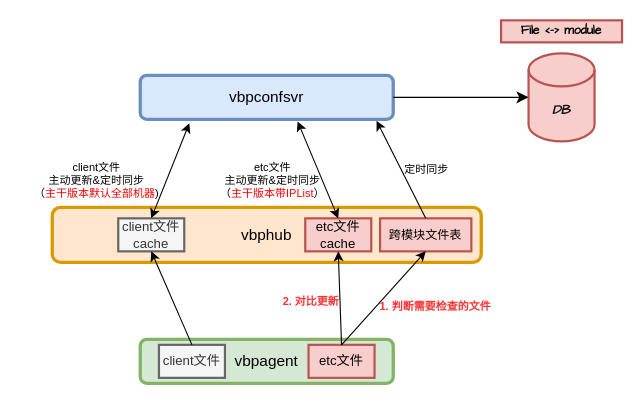
Above: 跨模块配置.drawio in ericyxxx/my_pic (draw.io), before the change. Source tidied: cells renumbered, new cells numbered last; positions are measured from the earlier drawing's top-left corner, leaving out a move shared by most shapes. Both pictures are drawn from the tidied source at 110%, with x=0, y=0 at pixel (19, 20).
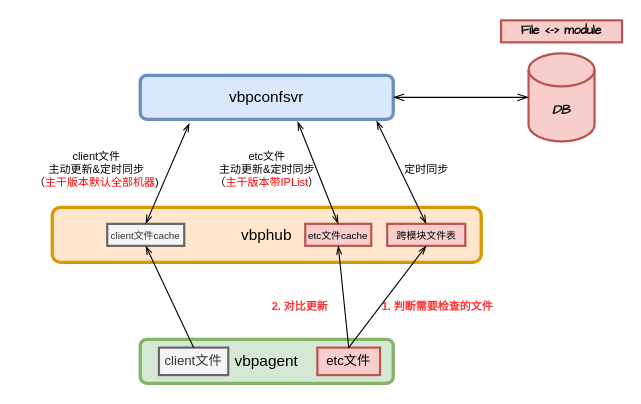
Above is the later version.

Commit message (it also covers changes not shown here):
更新跨模块配置.drawio

The change refers to these unchanged cells:
```xml
<mxCell id="2" value="&lt;font style=&quot;font-size: 14px;&quot;&gt;vbpconfsvr&lt;/font&gt;" style="rounded=1;whiteSpace=wrap;html=1;strokeWidth=3;fillColor=#dae8fc;strokeColor=#6c8ebf;" parent="1" vertex="1">
  <mxGeometry x="110" y="50" width="230" height="40" as="geometry" />
</mxCell>
<mxCell id="3" value="&lt;b&gt;&lt;i&gt;&lt;font color=&quot;#121111&quot;&gt;DB&lt;/font&gt;&lt;/i&gt;&lt;/b&gt;" style="shape=cylinder3;whiteSpace=wrap;html=1;boundedLbl=1;backgroundOutline=1;size=15;fillColor=#f8cecc;strokeColor=#b85450;strokeWidth=2;fontFamily=Comic Sans MS;" parent="1" vertex="1">
  <mxGeometry x="463" y="30" width="60" height="80" as="geometry" />
</mxCell>
```

The edit, as a diff of the source:
```diff
@@
-    <mxCell id="7" value="etc文件cache" style="rounded=0;whiteSpace=wrap;html=1;fillColor=#f8cecc;strokeColor=#b85450;strokeWidth=2;" parent="1" vertex="1">
-      <mxGeometry x="260" y="180" width="60" height="30" as="geometry" />
+    <mxCell id="7" value="&lt;font style=&quot;font-size: 9px;&quot;&gt;etc文件cache&lt;/font&gt;" style="rounded=0;whiteSpace=wrap;html=1;fillColor=#f8cecc;strokeColor=#b85450;strokeWidth=2;" parent="1" vertex="1">
+      <mxGeometry x="260" y="185" width="60" height="20" as="geometry" />
     </mxCell>
-    <mxCell id="8" value="&lt;font style=&quot;font-size: 11px;&quot;&gt;跨模块文件表&lt;/font&gt;" style="rounded=0;whiteSpace=wrap;html=1;fillColor=#f8cecc;strokeColor=#b85450;strokeWidth=2;" parent="1" vertex="1">
-      <mxGeometry x="328" y="180" width="83" height="30" as="geometry" />
+    <mxCell id="8" value="&lt;font style=&quot;font-size: 9px;&quot;&gt;跨模块文件表&lt;/font&gt;" style="rounded=0;whiteSpace=wrap;html=1;fillColor=#f8cecc;strokeColor=#b85450;strokeWidth=2;" parent="1" vertex="1">
+      <mxGeometry x="334.5" y="185" width="71" height="20" as="geometry" />
     </mxCell>
-    <mxCell id="9" value="client文件cache" style="rounded=0;whiteSpace=wrap;html=1;fillColor=#f5f5f5;strokeColor=#666666;fontColor=#333333;strokeWidth=2;" parent="1" vertex="1">
-      <mxGeometry x="90" y="180" width="60" height="30" as="geometry" />
+    <mxCell id="9" value="&lt;font style=&quot;font-size: 9px;&quot;&gt;client文件cache&lt;/font&gt;" style="rounded=0;whiteSpace=wrap;html=1;fillColor=#f5f5f5;strokeColor=#666666;fontColor=#333333;strokeWidth=2;" parent="1" vertex="1">
+      <mxGeometry x="80" y="185" width="70" height="20" as="geometry" />
     </mxCell>
-    <mxCell id="10" style="edgeStyle=elbowEdgeStyle;elbow=horizontal;endArrow=classic;html=1;curved=0;rounded=0;endSize=8;startSize=8;exitX=1;exitY=0.5;exitDx=0;exitDy=0;entryX=0;entryY=0.5;entryDx=0;entryDy=0;entryPerimeter=0;" parent="1" edge="1" source="2" target="3">
+    <mxCell id="10" style="edgeStyle=elbowEdgeStyle;elbow=horizontal;endArrow=openThin;html=1;curved=0;rounded=0;endSize=8;startSize=8;exitX=1;exitY=0.5;exitDx=0;exitDy=0;entryX=0;entryY=0.5;entryDx=0;entryDy=0;entryPerimeter=0;startArrow=openThin;startFill=0;endFill=0;" parent="1" edge="1" source="2" target="3">
       <mxGeometry relative="1" as="geometry" />
     </mxCell>
-    <mxCell id="11" style="endArrow=classic;html=1;rounded=0;entryX=0.934;entryY=1.033;entryDx=0;entryDy=0;entryPerimeter=0;exitX=0.5;exitY=0;exitDx=0;exitDy=0;" parent="1" edge="1" source="8" target="2">
+    <mxCell id="11" style="endArrow=openThin;html=1;rounded=0;entryX=0.934;entryY=1.033;entryDx=0;entryDy=0;entryPerimeter=0;exitX=0.5;exitY=0;exitDx=0;exitDy=0;startArrow=openThin;startFill=0;endFill=0;" parent="1" edge="1" source="8" target="2">
       <mxGeometry relative="1" as="geometry" />
     </mxCell>
@@
     <mxCell id="13" value="etc文件&lt;br style=&quot;font-size: 10px;&quot;&gt;主动更新&amp;amp;定时同步&lt;br&gt;（&lt;font color=&quot;#ff0000&quot;&gt;主干版本带IPList&lt;/font&gt;）" style="text;html=1;align=center;verticalAlign=middle;strokeColor=none;fillColor=none;fontSize=10;" parent="1" vertex="1">
-      <mxGeometry x="170" y="120" width="120" height="50" as="geometry" />
+      <mxGeometry x="165" y="110" width="120" height="50" as="geometry" />
     </mxCell>
     <mxCell id="14" value="client文件&lt;br style=&quot;font-size: 10px;&quot;&gt;主动更新&amp;amp;定时同步&lt;br&gt;（&lt;font color=&quot;#ff0000&quot;&gt;主干版本默认全部机器&lt;/font&gt;)" style="text;html=1;align=center;verticalAlign=middle;strokeColor=none;fillColor=none;fontSize=10;" parent="1" vertex="1">
-      <mxGeometry y="120" width="140" height="50" as="geometry" />
+      <mxGeometry y="110" width="140" height="50" as="geometry" />
     </mxCell>
     <mxCell id="15" value="etc文件" style="rounded=0;whiteSpace=wrap;html=1;fillColor=#f8cecc;strokeColor=#b85450;strokeWidth=2;" parent="1" vertex="1">
-      <mxGeometry x="263" y="295" width="60" height="30" as="geometry" />
+      <mxGeometry x="271" y="297.5" width="57" height="25" as="geometry" />
     </mxCell>
     <mxCell id="16" value="client文件" style="rounded=0;whiteSpace=wrap;html=1;strokeWidth=2;fillColor=#f5f5f5;strokeColor=#666666;fontColor=#333333;" parent="1" vertex="1">
-      <mxGeometry x="127" y="295" width="60" height="30" as="geometry" />
+      <mxGeometry x="127" y="297.5" width="63" height="25" as="geometry" />
     </mxCell>
-    <mxCell id="17" style="endArrow=classic;html=1;rounded=0;entryX=0.5;entryY=1;entryDx=0;entryDy=0;exitX=0.5;exitY=0;exitDx=0;exitDy=0;" parent="1" edge="1" source="16" target="9">
+    <mxCell id="17" style="endArrow=openThin;html=1;rounded=0;entryX=0.5;entryY=1;entryDx=0;entryDy=0;exitX=0.5;exitY=0;exitDx=0;exitDy=0;startArrow=none;startFill=0;endFill=0;" parent="1" edge="1" source="16" target="9">
       <mxGeometry relative="1" as="geometry" />
     </mxCell>
-    <mxCell id="18" style="endArrow=classic;startArrow=classic;html=1;rounded=0;entryX=0.622;entryY=1.047;entryDx=0;entryDy=0;entryPerimeter=0;exitX=0.5;exitY=0;exitDx=0;exitDy=0;" parent="1" edge="1" source="7" target="2">
+    <mxCell id="18" style="endArrow=openThin;startArrow=openThin;html=1;rounded=0;entryX=0.622;entryY=1.047;entryDx=0;entryDy=0;entryPerimeter=0;exitX=0.5;exitY=0;exitDx=0;exitDy=0;startFill=0;endFill=0;" parent="1" edge="1" source="7" target="2">
       <mxGeometry relative="1" as="geometry" />
     </mxCell>
-    <mxCell id="19" style="endArrow=classic;startArrow=classic;html=1;rounded=0;entryX=0.194;entryY=1.087;entryDx=0;entryDy=0;entryPerimeter=0;exitX=0.5;exitY=0;exitDx=0;exitDy=0;" parent="1" edge="1" source="9" target="2">
+    <mxCell id="19" style="endArrow=openThin;startArrow=openThin;html=1;rounded=0;entryX=0.194;entryY=1.087;entryDx=0;entryDy=0;entryPerimeter=0;exitX=0.5;exitY=0;exitDx=0;exitDy=0;startFill=0;endFill=0;" parent="1" edge="1" source="9" target="2">
       <mxGeometry relative="1" as="geometry" />
     </mxCell>
-    <mxCell id="20" style="endArrow=classic;html=1;rounded=0;exitX=0.5;exitY=0;exitDx=0;exitDy=0;" parent="1" edge="1" source="15">
-      <mxGeometry relative="1" as="geometry">
-        <mxPoint x="290" y="210" as="targetPoint" />
-      </mxGeometry>
+    <mxCell id="20" style="endArrow=openThin;html=1;rounded=0;exitX=0.5;exitY=0;exitDx=0;exitDy=0;entryX=0.5;entryY=1;entryDx=0;entryDy=0;startArrow=none;startFill=0;endFill=0;" parent="1" edge="1" source="15" target="7">
+      <mxGeometry relative="1" as="geometry" />
     </mxCell>
     <mxCell id="21" value="&lt;font style=&quot;font-size: 10px;&quot;&gt;1. 判断需要检查的文件&lt;br&gt;&lt;/font&gt;" style="text;html=1;align=center;verticalAlign=middle;strokeColor=none;fillColor=none;fontColor=#FF3333;fontStyle=1;" parent="1" vertex="1">
-      <mxGeometry x="318" y="245" width="120" height="30" as="geometry" />
+      <mxGeometry x="320" y="245" width="120" height="30" as="geometry" />
     </mxCell>
-    <mxCell id="22" style="endArrow=classic;html=1;rounded=0;exitX=0.5;exitY=0;exitDx=0;exitDy=0;entryX=0.5;entryY=1;entryDx=0;entryDy=0;" parent="1" edge="1" source="15" target="8">
+    <mxCell id="22" style="endArrow=openThin;html=1;rounded=0;exitX=0.5;exitY=0;exitDx=0;exitDy=0;entryX=0.5;entryY=1;entryDx=0;entryDy=0;startArrow=none;startFill=0;endFill=0;" parent="1" edge="1" source="15" target="8">
       <mxGeometry relative="1" as="geometry" />
     </mxCell>
     <mxCell id="23" value="&lt;font style=&quot;font-size: 10px;&quot;&gt;2. 对比更新&lt;br&gt;&lt;/font&gt;" style="text;html=1;align=center;verticalAlign=middle;strokeColor=none;fillColor=none;fontColor=#FF3333;fontStyle=1;" parent="1" vertex="1">
-      <mxGeometry x="230" y="240" width="70" height="30" as="geometry" />
+      <mxGeometry x="220" y="245" width="70" height="30" as="geometry" />
     </mxCell>
```
